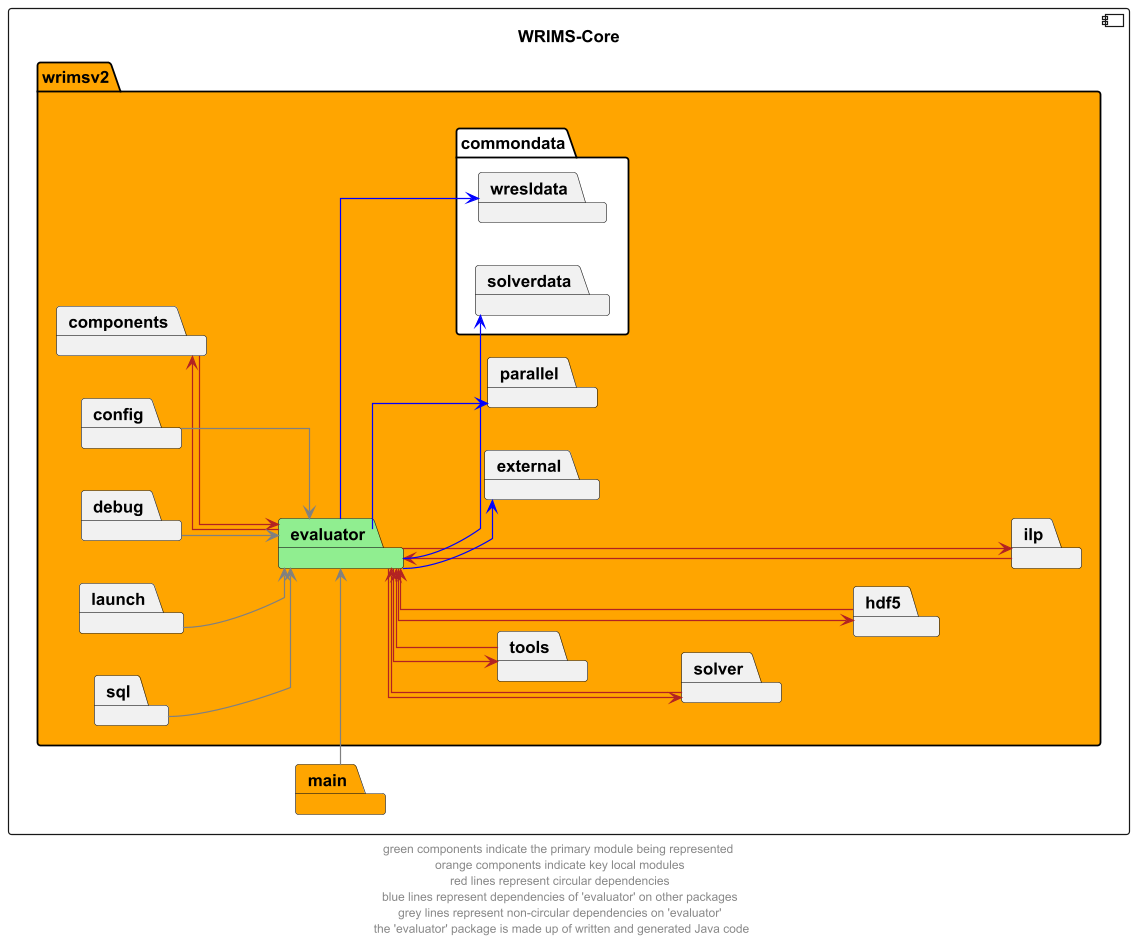
This is docs/diagrams/wrims-core/wrims-core_evaluator.png from CentralValleyModeling/wrims, a PlantUML export, as it was before one commit.
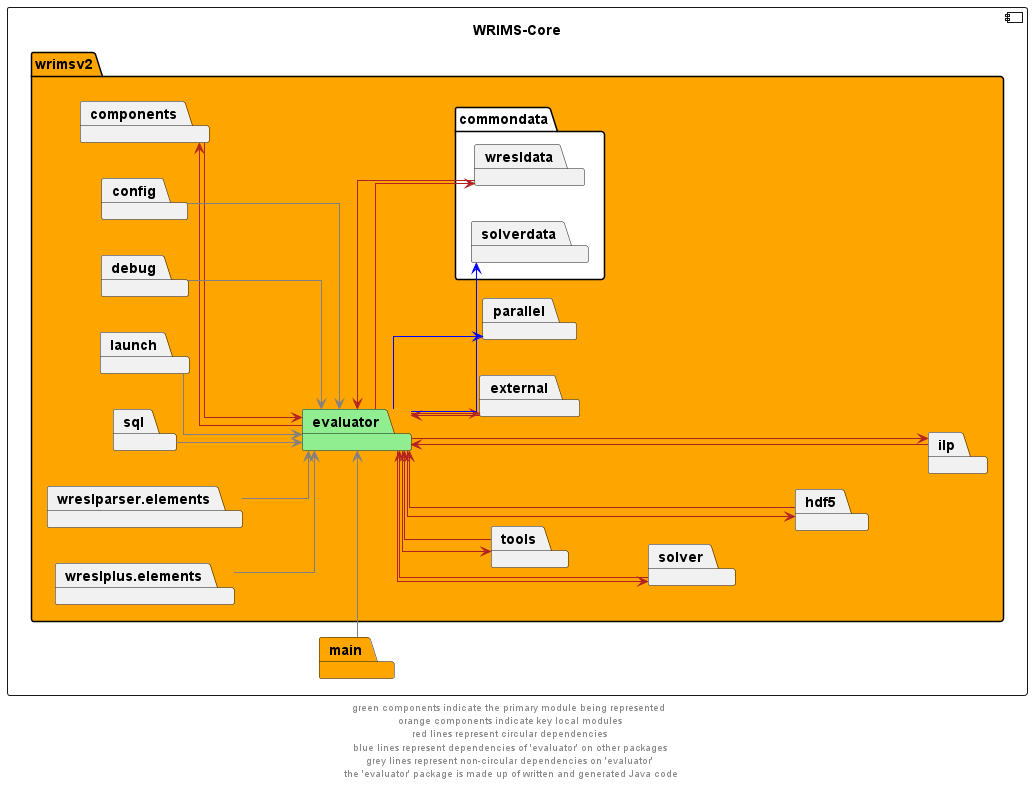
The same diagram one commit later.

The edit, as a diff of the source:
```diff
@@ -21,6 +21,8 @@
         package solver
         package sql
         package tools
+        package wreslparser.elements
+        package wreslplus.elements
 
     }
 package main #orange
@@ -36,13 +38,17 @@
 solver -left-> evaluator  #firebrick
 evaluator --> tools #firebrick
 tools --> evaluator  #firebrick
+evaluator --> wresldata #firebrick
+wresldata --> evaluator  #firebrick
+external --> evaluator #firebrick
+evaluator --> external  #firebrick
 
-evaluator --> external #blue
 evaluator --> parallel #blue
 evaluator --> solverdata #blue
-evaluator --> wresldata #blue
 
 config --> evaluator  #grey
+wreslparser.elements --> evaluator #grey
+wreslplus.elements --> evaluator #grey
 debug --> evaluator  #grey
 launch --> evaluator  #grey
 sql --> evaluator  #grey
```
